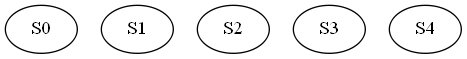
SelvinLP/-OLC1-Practica1_201701133 keeps this Graphviz diagram as OLC1_Practica1_201701133/AFD1.png. Above is the earlier version. Its source is kept beside it as OLC1_Practica1_201701133/AFD1.dot.
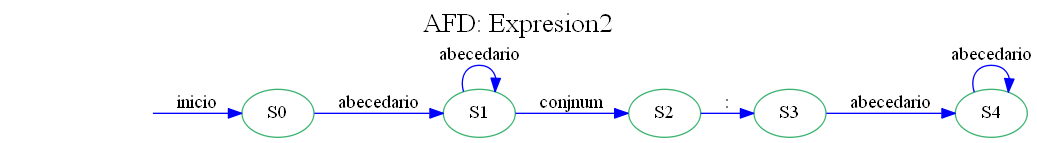
The same file after the commit.

Change to the diagram source:
```diff
@@ -1,3 +1,15 @@
 digraph AFD {
-"S0"[ label=S0]"S1"[ label=S1]"S2"[ label=S2]"S3"[ label=S3]"S4"[ label=S4]
+graph [label="AFD: Expresion2", labelloc=t, fontsize=20]; rankdir=LR;edge [color=blue];node [color = mediumseagreen];"S0"[ label=S0]
+"S1"[ label=S1]
+"S2"[ label=S2]
+"S3"[ label=S3]
+"S4"[ label=S4]
+secret_node [style=invis];
+secret_node -> S0 [label="inicio"];"S0"->"S1"[label="abecedario"];
+"S1"->"S1"[label="abecedario"];
+"S1"->"S2"[label="conjnum"];
+"S2"->"S3"[label="\:"];
+"S3"->"S4"[label="abecedario"];
+"S4"->"S4"[label="abecedario"];
+
 }
```
